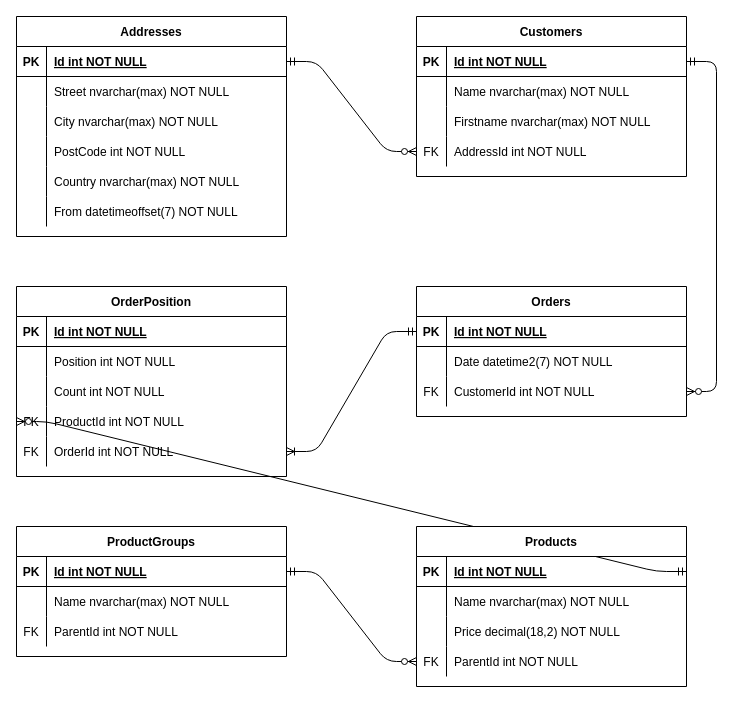
Earlier version of the draw.io diagram ERM_2.0.drawio (remokessler/OrderManagement). Source tidied: cells renumbered, new cells numbered last; positions are measured from the earlier drawing's top-left corner, leaving out a move shared by most shapes. Both pictures are drawn from the tidied source at 100%, with x=0, y=0 at pixel (16, 16).
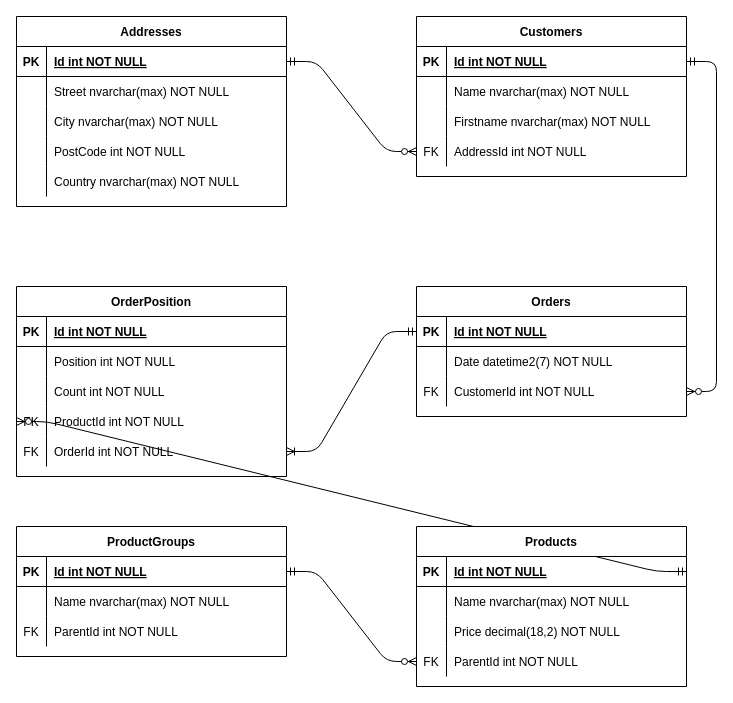
After the change.

Diff of the diagram source:
```diff
@@
     <mxCell id="2" value="Addresses" style="shape=table;startSize=30;childLayout=tableLayout;rowLines=0;fontStyle=1;align=center;" parent="1" vertex="1">
-      <mxGeometry width="270" height="220" as="geometry" />
+      <mxGeometry width="270" height="190" as="geometry" />
     </mxCell>
@@
-    <mxCell id="18" style="shape=partialRectangle;fillColor=none;top=0;left=0;right=0;bottom=0;" parent="2" vertex="1">
-      <mxGeometry y="180" width="270" height="30" as="geometry" />
-    </mxCell>
-    <mxCell id="19" style="shape=partialRectangle;overflow=hidden;fillColor=none;top=0;left=0;bottom=0;right=0;" parent="18" vertex="1">
-      <mxGeometry width="30" height="30" as="geometry" />
-    </mxCell>
-    <mxCell id="20" value="From datetimeoffset(7) NOT NULL" style="shape=partialRectangle;overflow=hidden;fillColor=none;top=0;left=0;bottom=0;right=0;align=left;spacingLeft=6;" parent="18" vertex="1">
-      <mxGeometry x="30" width="240" height="30" as="geometry" />
-    </mxCell>
```
